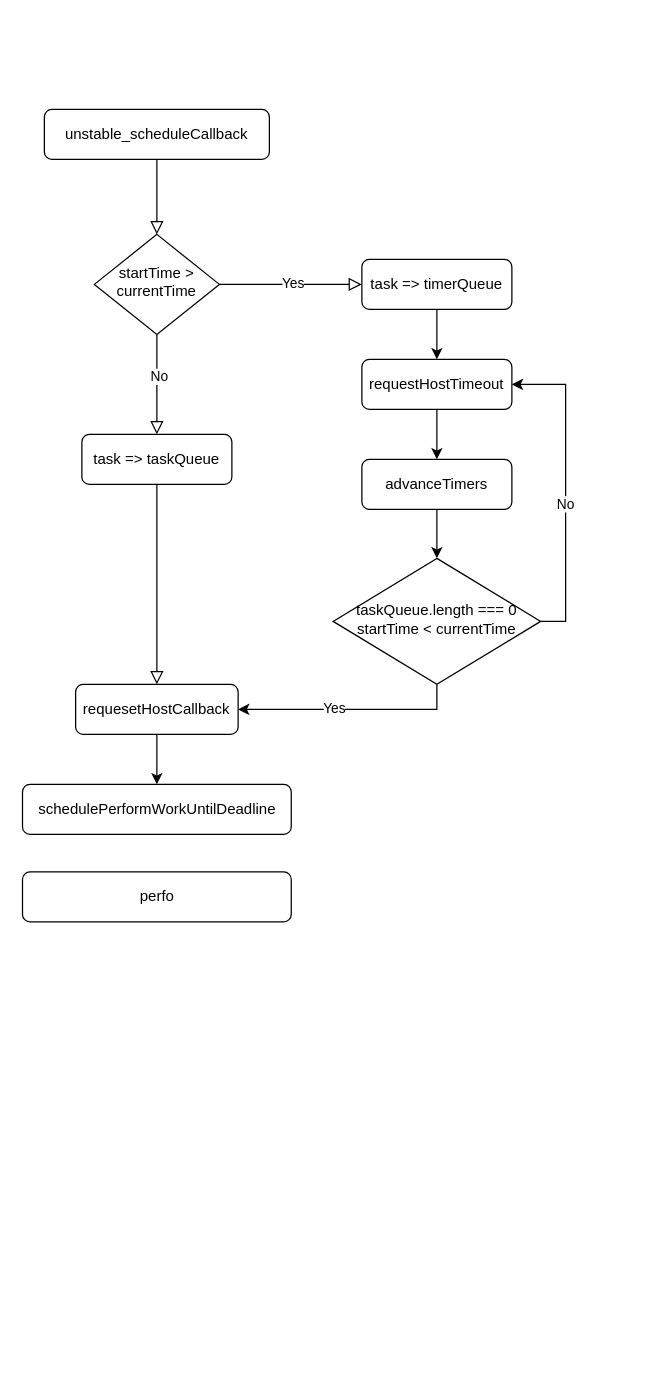
Before: 渲染流程图.drawio in jin-sir/xinli, a draw.io diagram. Source tidied: cells renumbered, new cells numbered last; positions are measured from the earlier drawing's top-left corner, leaving out a move shared by most shapes. Both pictures are drawn from the tidied source at 125%, with x=0, y=0 at pixel (21, 109).
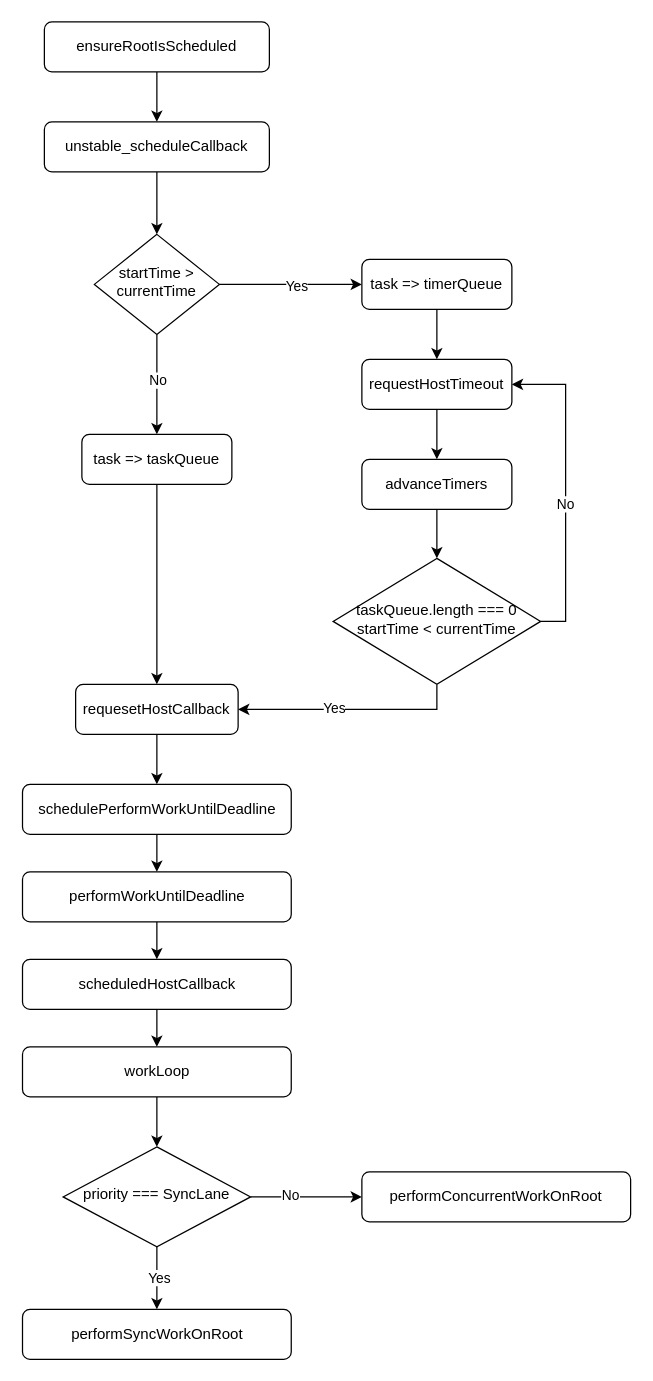
After the change.

Commit message (it also covers changes not shown here):
更新渲染流程图.drawio

The change refers to these unchanged cells:
```xml
<mxCell id="8" value="startTime &amp;gt; currentTime" style="rhombus;whiteSpace=wrap;html=1;shadow=0;fontFamily=Helvetica;fontSize=12;align=center;strokeWidth=1;spacing=6;spacingTop=-4;" parent="1" vertex="1">
  <mxGeometry x="58" y="100" width="100" height="80" as="geometry" />
</mxCell>
<mxCell id="10" value="task =&amp;gt; timerQueue" style="rounded=1;whiteSpace=wrap;html=1;fontSize=12;glass=0;strokeWidth=1;shadow=0;" parent="1" vertex="1">
  <mxGeometry x="272" y="120" width="120" height="40" as="geometry" />
</mxCell>
<mxCell id="13" value="requesetHostCallback" style="rounded=1;whiteSpace=wrap;html=1;fontSize=12;glass=0;strokeWidth=1;shadow=0;" parent="1" vertex="1">
  <mxGeometry x="43" y="460" width="130" height="40" as="geometry" />
</mxCell>
<mxCell id="17" value="task =&amp;gt; taskQueue" style="rounded=1;whiteSpace=wrap;html=1;fontSize=12;glass=0;strokeWidth=1;shadow=0;" parent="1" vertex="1">
  <mxGeometry x="48" y="260" width="120" height="40" as="geometry" />
</mxCell>
<mxCell id="24" value="schedulePerformWorkUntilDeadline" style="rounded=1;whiteSpace=wrap;html=1;fontSize=12;glass=0;strokeWidth=1;shadow=0;" parent="1" vertex="1">
  <mxGeometry x="0.5" y="540" width="215" height="40" as="geometry" />
</mxCell>
```

The edit, as a diff of the source:
```diff
@@
-    <mxCell id="2" style="rounded=0;html=1;jettySize=auto;fontSize=11;endArrow=block;endFill=0;endSize=8;strokeWidth=1;shadow=0;labelBackgroundColor=none;edgeStyle=orthogonalEdgeStyle;" parent="1" edge="1" source="3" target="8">
+    <mxCell id="2" style="edgeStyle=orthogonalEdgeStyle;rounded=0;jettySize=auto;html=1;exitX=0.5;exitY=1;exitDx=0;exitDy=0;entryX=0.5;entryY=0;entryDx=0;entryDy=0;" parent="1" edge="1" source="3" target="8">
       <mxGeometry relative="1" as="geometry" />
     </mxCell>
     <mxCell id="3" value="unstable_scheduleCallback" style="rounded=1;whiteSpace=wrap;html=1;fontSize=12;glass=0;strokeWidth=1;shadow=0;" parent="1" vertex="1">
-      <mxGeometry x="18" width="180" height="40" as="geometry" />
+      <mxGeometry x="18" y="10" width="180" height="40" as="geometry" />
     </mxCell>
+    <mxCell id="6" style="edgeStyle=orthogonalEdgeStyle;rounded=0;jettySize=auto;html=1;exitX=1;exitY=0.5;exitDx=0;exitDy=0;entryX=0;entryY=0.5;entryDx=0;entryDy=0;" parent="1" edge="1" source="8" target="10">
+      <mxGeometry relative="1" as="geometry" />
+    </mxCell>
+    <mxCell id="26" value="Yes" style="edgeLabel;html=1;align=center;verticalAlign=middle;" parent="6" vertex="1">
+      <mxGeometry x="0.07" y="-1" relative="1" as="geometry" />
+    </mxCell>
-    <mxCell id="4" style="rounded=0;html=1;jettySize=auto;fontSize=11;endArrow=block;endFill=0;endSize=8;strokeWidth=1;shadow=0;labelBackgroundColor=none;edgeStyle=orthogonalEdgeStyle;entryX=0.5;entryY=0;entryDx=0;entryDy=0;" parent="1" edge="1" source="8" target="17">
-      <mxGeometry y="20" relative="1" as="geometry" />
+    <mxCell id="4" style="edgeStyle=orthogonalEdgeStyle;rounded=0;jettySize=auto;html=1;exitX=0.5;exitY=1;exitDx=0;exitDy=0;entryX=0.5;entryY=0;entryDx=0;entryDy=0;" parent="1" edge="1" source="8" target="17">
+      <mxGeometry relative="1" as="geometry" />
     </mxCell>
-    <mxCell id="5" value="No" style="edgeLabel;html=1;align=center;verticalAlign=middle;" parent="4" vertex="1">
-      <mxGeometry x="-0.17" y="1" relative="1" as="geometry" />
-    </mxCell>
-    <mxCell id="6" style="edgeStyle=orthogonalEdgeStyle;rounded=0;html=1;jettySize=auto;fontSize=11;endArrow=block;endFill=0;endSize=8;strokeWidth=1;shadow=0;labelBackgroundColor=none;" parent="1" edge="1" source="8" target="10">
-      <mxGeometry y="10" relative="1" as="geometry" />
-    </mxCell>
-    <mxCell id="7" value="Yes" style="edgeLabel;html=1;align=center;verticalAlign=middle;" parent="6" vertex="1">
-      <mxGeometry x="0.02" y="2" relative="1" as="geometry" />
-    </mxCell>
+    <mxCell id="27" value="No" style="edgeLabel;html=1;align=center;verticalAlign=middle;" parent="4" vertex="1">
+      <mxGeometry x="-0.1" relative="1" as="geometry" />
+    </mxCell>
@@
-    <mxCell id="11" style="rounded=0;html=1;jettySize=auto;fontSize=11;endArrow=block;endFill=0;endSize=8;strokeWidth=1;shadow=0;labelBackgroundColor=none;edgeStyle=orthogonalEdgeStyle;exitX=0.5;exitY=1;exitDx=0;exitDy=0;" parent="1" edge="1" source="17" target="13">
-      <mxGeometry x="0.33" y="20" relative="1" as="geometry" />
-    </mxCell>
@@
+    <mxCell id="11" style="edgeStyle=orthogonalEdgeStyle;rounded=0;jettySize=auto;html=1;exitX=0.5;exitY=1;exitDx=0;exitDy=0;" parent="1" edge="1" source="17" target="13">
+      <mxGeometry relative="1" as="geometry" />
+    </mxCell>
@@
+    <mxCell id="28" style="edgeStyle=orthogonalEdgeStyle;rounded=0;jettySize=auto;html=1;exitX=0.5;exitY=1;exitDx=0;exitDy=0;entryX=0.5;entryY=0;entryDx=0;entryDy=0;" parent="1" edge="1" source="24" target="25">
+      <mxGeometry relative="1" as="geometry" />
+    </mxCell>
@@
+    <mxCell id="29" style="edgeStyle=orthogonalEdgeStyle;rounded=0;jettySize=auto;html=1;exitX=0.5;exitY=1;exitDx=0;exitDy=0;entryX=0.5;entryY=0;entryDx=0;entryDy=0;" parent="1" edge="1" source="25" target="31">
+      <mxGeometry relative="1" as="geometry" />
+    </mxCell>
-    <mxCell id="25" value="perfo" style="rounded=1;whiteSpace=wrap;html=1;fontSize=12;glass=0;strokeWidth=1;shadow=0;" parent="1" vertex="1">
+    <mxCell id="25" value="performWorkUntilDeadline" style="rounded=1;whiteSpace=wrap;html=1;fontSize=12;glass=0;strokeWidth=1;shadow=0;" parent="1" vertex="1">
       <mxGeometry x="0.5" y="610" width="215" height="40" as="geometry" />
     </mxCell>
+    <mxCell id="30" style="edgeStyle=orthogonalEdgeStyle;rounded=0;jettySize=auto;html=1;exitX=0.5;exitY=1;exitDx=0;exitDy=0;entryX=0.5;entryY=0;entryDx=0;entryDy=0;" parent="1" edge="1" source="31">
+      <mxGeometry relative="1" as="geometry">
+        <mxPoint x="108" y="750" as="targetPoint" />
+      </mxGeometry>
+    </mxCell>
+    <mxCell id="31" value="scheduledHostCallback" style="rounded=1;whiteSpace=wrap;html=1;fontSize=12;glass=0;strokeWidth=1;shadow=0;" parent="1" vertex="1">
+      <mxGeometry x="0.5" y="680" width="215" height="40" as="geometry" />
+    </mxCell>
+    <mxCell id="32" style="edgeStyle=orthogonalEdgeStyle;rounded=0;jettySize=auto;html=1;exitX=0.5;exitY=1;exitDx=0;exitDy=0;entryX=0.5;entryY=0;entryDx=0;entryDy=0;" parent="1" edge="1" source="33" target="41">
+      <mxGeometry relative="1" as="geometry" />
+    </mxCell>
+    <mxCell id="33" value="workLoop" style="rounded=1;whiteSpace=wrap;html=1;fontSize=12;glass=0;strokeWidth=1;shadow=0;" parent="1" vertex="1">
+      <mxGeometry x="0.5" y="750" width="215" height="40" as="geometry" />
+    </mxCell>
+    <mxCell id="34" style="edgeStyle=orthogonalEdgeStyle;rounded=0;jettySize=auto;html=1;exitX=0.5;exitY=1;exitDx=0;exitDy=0;entryX=0.5;entryY=0;entryDx=0;entryDy=0;" parent="1" edge="1" source="35" target="3">
+      <mxGeometry relative="1" as="geometry" />
+    </mxCell>
+    <mxCell id="35" value="ensureRootIsScheduled" style="rounded=1;whiteSpace=wrap;html=1;fontSize=12;glass=0;strokeWidth=1;shadow=0;" parent="1" vertex="1">
+      <mxGeometry x="18" y="-70" width="180" height="40" as="geometry" />
+    </mxCell>
+    <mxCell id="36" value="performSyncWorkOnRoot" style="rounded=1;whiteSpace=wrap;html=1;fontSize=12;glass=0;strokeWidth=1;shadow=0;" parent="1" vertex="1">
+      <mxGeometry x="0.5" y="960" width="215" height="40" as="geometry" />
+    </mxCell>
+    <mxCell id="37" style="edgeStyle=orthogonalEdgeStyle;rounded=0;jettySize=auto;html=1;exitX=0.5;exitY=1;exitDx=0;exitDy=0;entryX=0.5;entryY=0;entryDx=0;entryDy=0;" parent="1" edge="1" source="41" target="36">
+      <mxGeometry relative="1" as="geometry" />
+    </mxCell>
+    <mxCell id="38" value="Yes" style="edgeLabel;html=1;align=center;verticalAlign=middle;" parent="37" vertex="1">
+      <mxGeometry x="-0.04" y="1" relative="1" as="geometry" />
+    </mxCell>
+    <mxCell id="39" style="edgeStyle=orthogonalEdgeStyle;rounded=0;jettySize=auto;html=1;exitX=1;exitY=0.5;exitDx=0;exitDy=0;entryX=0;entryY=0.5;entryDx=0;entryDy=0;" parent="1" edge="1" source="41" target="42">
+      <mxGeometry relative="1" as="geometry" />
+    </mxCell>
+    <mxCell id="40" value="No" style="edgeLabel;html=1;align=center;verticalAlign=middle;" parent="39" vertex="1">
+      <mxGeometry x="-0.3" y="2" relative="1" as="geometry" />
+    </mxCell>
+    <mxCell id="41" value="priority === SyncLane" style="rhombus;whiteSpace=wrap;html=1;shadow=0;fontFamily=Helvetica;fontSize=12;align=center;strokeWidth=1;spacing=6;spacingTop=-4;" parent="1" vertex="1">
+      <mxGeometry x="33" y="830" width="150" height="80" as="geometry" />
+    </mxCell>
+    <mxCell id="42" value="performConcurrentWorkOnRoot" style="rounded=1;whiteSpace=wrap;html=1;fontSize=12;glass=0;strokeWidth=1;shadow=0;" parent="1" vertex="1">
+      <mxGeometry x="272" y="850" width="215" height="40" as="geometry" />
+    </mxCell>
```
